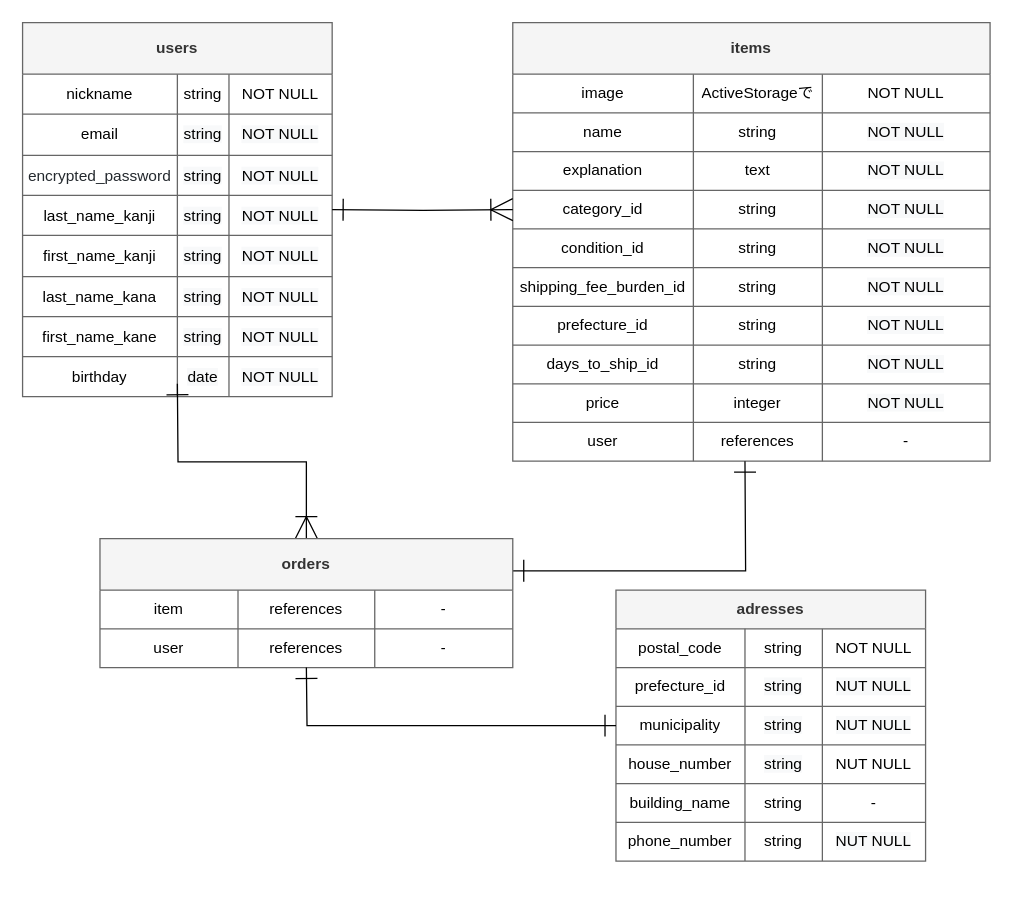
Before: er.dio in kkgoodjob/furima-32467, a draw.io diagram. Source tidied: cells renumbered, new cells numbered last; positions are measured from the earlier drawing's top-left corner, leaving out a move shared by most shapes. Both pictures are drawn from the tidied source at 129%, with x=0, y=0 at pixel (22, 22).
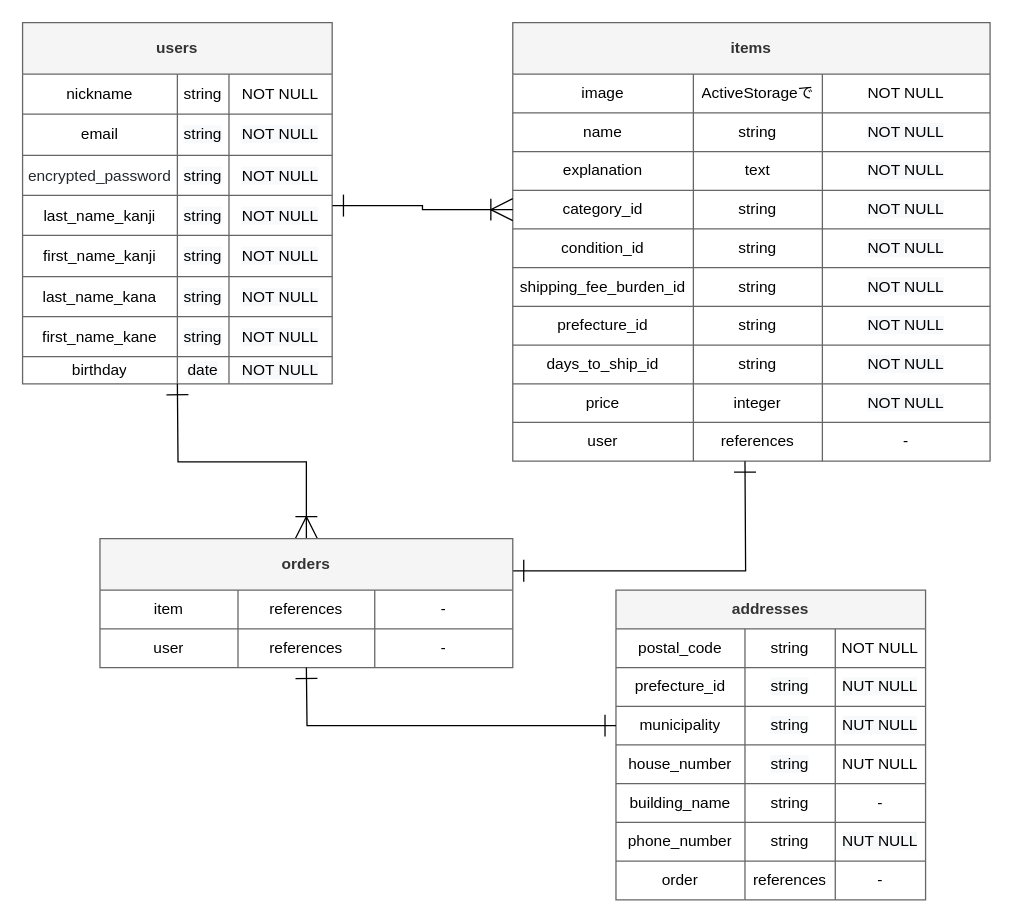
The same diagram, later.

The change refers to these unchanged cells:
```xml
<mxCell id="15" style="shape=partialRectangle;html=1;whiteSpace=wrap;fillColor=none;top=0;left=0;bottom=0;right=0;points=[[0,0.5],[1,0.5]];portConstraint=eastwest;" parent="2" vertex="1">
  <mxGeometry y="134" width="240" height="31" as="geometry" />
</mxCell>
<mxCell id="48" style="shape=partialRectangle;html=1;whiteSpace=wrap;fillColor=none;top=0;left=0;bottom=0;right=0;points=[[0,0.5],[1,0.5]];portConstraint=eastwest;" parent="35" vertex="1">
  <mxGeometry y="130" width="370" height="30" as="geometry" />
</mxCell>
<mxCell id="88" style="shape=partialRectangle;html=1;whiteSpace=wrap;fillColor=none;top=0;left=0;bottom=0;right=0;" parent="87" vertex="1">
  <mxGeometry y="30" width="240" height="30" as="geometry" />
</mxCell>
<mxCell id="92" style="shape=partialRectangle;html=1;whiteSpace=wrap;fillColor=none;top=0;left=0;bottom=0;right=0;" parent="87" vertex="1">
  <mxGeometry y="60" width="240" height="30" as="geometry" />
</mxCell>
<mxCell id="96" style="shape=partialRectangle;html=1;whiteSpace=wrap;fillColor=none;top=0;left=0;bottom=0;right=0;points=[[0,0.5],[1,0.5]];portConstraint=eastwest;" parent="87" vertex="1">
  <mxGeometry y="90" width="240" height="30" as="geometry" />
</mxCell>
<mxCell id="100" style="shape=partialRectangle;html=1;whiteSpace=wrap;fillColor=none;top=0;left=0;bottom=0;right=0;" parent="87" vertex="1">
  <mxGeometry y="120" width="240" height="30" as="geometry" />
</mxCell>
<mxCell id="104" style="shape=partialRectangle;html=1;whiteSpace=wrap;fillColor=none;top=0;left=0;bottom=0;right=0;" parent="87" vertex="1">
  <mxGeometry y="150" width="240" height="30" as="geometry" />
</mxCell>
<mxCell id="108" style="shape=partialRectangle;html=1;whiteSpace=wrap;fillColor=none;top=0;left=0;bottom=0;right=0;" parent="87" vertex="1">
  <mxGeometry y="180" width="240" height="30" as="geometry" />
</mxCell>
```

What changed in the source:
```diff
@@
     <mxCell id="2" value="users" style="shape=table;html=1;whiteSpace=wrap;startSize=40;childLayout=tableLayout;fontStyle=1;align=center;fillColor=#f5f5f5;strokeColor=#666666;fontColor=#333333;swimlaneFillColor=none;direction=east;" parent="1" vertex="1">
-      <mxGeometry width="240" height="290" as="geometry" />
+      <mxGeometry width="240" height="280" as="geometry" />
     </mxCell>
@@
     <mxCell id="31" style="shape=partialRectangle;html=1;whiteSpace=wrap;fillColor=none;top=0;left=0;bottom=0;right=0;" parent="2" vertex="1">
-      <mxGeometry y="259" width="240" height="31" as="geometry" />
+      <mxGeometry y="259" width="240" height="21" as="geometry" />
     </mxCell>
     <mxCell id="32" value="birthday" style="shape=partialRectangle;html=1;whiteSpace=wrap;fillColor=none;top=0;left=0;bottom=0;right=0;overflow=hidden;" parent="31" vertex="1">
-      <mxGeometry width="120" height="31" as="geometry" />
+      <mxGeometry width="120" height="21" as="geometry" />
     </mxCell>
     <mxCell id="33" value="&lt;span style=&quot;color: rgb(0 , 0 , 0) ; font-family: &amp;#34;helvetica&amp;#34; ; font-size: 12px ; font-style: normal ; font-weight: 400 ; letter-spacing: normal ; text-align: center ; text-indent: 0px ; text-transform: none ; word-spacing: 0px ; background-color: rgb(248 , 249 , 250) ; display: inline ; float: none&quot;&gt;date&lt;/span&gt;" style="shape=partialRectangle;html=1;whiteSpace=wrap;fillColor=none;top=0;left=0;bottom=0;right=0;overflow=hidden;" parent="31" vertex="1">
-      <mxGeometry x="120" width="40" height="31" as="geometry" />
+      <mxGeometry x="120" width="40" height="21" as="geometry" />
     </mxCell>
     <mxCell id="34" value="&lt;span style=&quot;color: rgb(0, 0, 0); font-family: helvetica; font-size: 12px; font-style: normal; font-weight: 400; letter-spacing: normal; text-align: center; text-indent: 0px; text-transform: none; word-spacing: 0px; background-color: rgb(248, 249, 250); display: inline; float: none;&quot;&gt;NOT NULL&lt;/span&gt;" style="shape=partialRectangle;html=1;whiteSpace=wrap;fillColor=none;top=0;left=0;bottom=0;right=0;overflow=hidden;" parent="31" vertex="1">
-      <mxGeometry x="160" width="80" height="31" as="geometry" />
+      <mxGeometry x="160" width="80" height="21" as="geometry" />
     </mxCell>
@@
-    <mxCell id="87" value="adresses" style="shape=table;html=1;whiteSpace=wrap;startSize=30;childLayout=tableLayout;fontStyle=1;align=center;fillColor=#f5f5f5;strokeColor=#666666;fontColor=#333333;" parent="1" vertex="1">
-      <mxGeometry x="460" y="440" width="240" height="210" as="geometry" />
+    <mxCell id="87" value="addresses" style="shape=table;html=1;whiteSpace=wrap;startSize=30;childLayout=tableLayout;fontStyle=1;align=center;fillColor=#f5f5f5;strokeColor=#666666;fontColor=#333333;" parent="1" vertex="1">
+      <mxGeometry x="460" y="440" width="240" height="240" as="geometry" />
     </mxCell>
@@
     <mxCell id="90" value="string" style="shape=partialRectangle;html=1;whiteSpace=wrap;fillColor=none;top=0;left=0;bottom=0;right=0;overflow=hidden;" parent="88" vertex="1">
-      <mxGeometry x="100" width="60" height="30" as="geometry" />
+      <mxGeometry x="100" width="70" height="30" as="geometry" />
     </mxCell>
     <mxCell id="91" value="NOT NULL" style="shape=partialRectangle;html=1;whiteSpace=wrap;fillColor=none;top=0;left=0;bottom=0;right=0;overflow=hidden;" parent="88" vertex="1">
-      <mxGeometry x="160" width="80" height="30" as="geometry" />
+      <mxGeometry x="170" width="70" height="30" as="geometry" />
     </mxCell>
@@
     <mxCell id="94" value="&lt;span style=&quot;color: rgb(0, 0, 0); font-family: helvetica; font-size: 12px; font-style: normal; font-weight: 400; letter-spacing: normal; text-align: center; text-indent: 0px; text-transform: none; word-spacing: 0px; background-color: rgb(248, 249, 250); display: inline; float: none;&quot;&gt;string&lt;/span&gt;" style="shape=partialRectangle;html=1;whiteSpace=wrap;fillColor=none;top=0;left=0;bottom=0;right=0;overflow=hidden;" parent="92" vertex="1">
-      <mxGeometry x="100" width="60" height="30" as="geometry" />
+      <mxGeometry x="100" width="70" height="30" as="geometry" />
     </mxCell>
     <mxCell id="95" value="&lt;span style=&quot;color: rgb(0, 0, 0); font-family: helvetica; font-size: 12px; font-style: normal; font-weight: 400; letter-spacing: normal; text-align: center; text-indent: 0px; text-transform: none; word-spacing: 0px; background-color: rgb(248, 249, 250); display: inline; float: none;&quot;&gt;NUT NULL&lt;/span&gt;" style="shape=partialRectangle;html=1;whiteSpace=wrap;fillColor=none;top=0;left=0;bottom=0;right=0;overflow=hidden;" parent="92" vertex="1">
-      <mxGeometry x="160" width="80" height="30" as="geometry" />
+      <mxGeometry x="170" width="70" height="30" as="geometry" />
     </mxCell>
@@
     <mxCell id="98" value="&lt;span style=&quot;color: rgb(0, 0, 0); font-family: helvetica; font-size: 12px; font-style: normal; font-weight: 400; letter-spacing: normal; text-align: center; text-indent: 0px; text-transform: none; word-spacing: 0px; background-color: rgb(248, 249, 250); display: inline; float: none;&quot;&gt;string&lt;/span&gt;" style="shape=partialRectangle;html=1;whiteSpace=wrap;fillColor=none;top=0;left=0;bottom=0;right=0;overflow=hidden;" parent="96" vertex="1">
-      <mxGeometry x="100" width="60" height="30" as="geometry" />
+      <mxGeometry x="100" width="70" height="30" as="geometry" />
     </mxCell>
     <mxCell id="99" value="&lt;span style=&quot;color: rgb(0, 0, 0); font-family: helvetica; font-size: 12px; font-style: normal; font-weight: 400; letter-spacing: normal; text-align: center; text-indent: 0px; text-transform: none; word-spacing: 0px; background-color: rgb(248, 249, 250); display: inline; float: none;&quot;&gt;NUT NULL&lt;/span&gt;" style="shape=partialRectangle;html=1;whiteSpace=wrap;fillColor=none;top=0;left=0;bottom=0;right=0;overflow=hidden;" parent="96" vertex="1">
-      <mxGeometry x="160" width="80" height="30" as="geometry" />
+      <mxGeometry x="170" width="70" height="30" as="geometry" />
     </mxCell>
@@
     <mxCell id="102" value="&lt;span style=&quot;color: rgb(0, 0, 0); font-family: helvetica; font-size: 12px; font-style: normal; font-weight: 400; letter-spacing: normal; text-align: center; text-indent: 0px; text-transform: none; word-spacing: 0px; background-color: rgb(248, 249, 250); display: inline; float: none;&quot;&gt;string&lt;/span&gt;" style="shape=partialRectangle;html=1;whiteSpace=wrap;fillColor=none;top=0;left=0;bottom=0;right=0;overflow=hidden;fontStyle=1;" parent="100" vertex="1">
-      <mxGeometry x="100" width="60" height="30" as="geometry" />
+      <mxGeometry x="100" width="70" height="30" as="geometry" />
     </mxCell>
     <mxCell id="103" value="NUT NULL" style="shape=partialRectangle;html=1;whiteSpace=wrap;fillColor=none;top=0;left=0;bottom=0;right=0;overflow=hidden;" parent="100" vertex="1">
-      <mxGeometry x="160" width="80" height="30" as="geometry" />
+      <mxGeometry x="170" width="70" height="30" as="geometry" />
     </mxCell>
@@
     <mxCell id="106" value="string" style="shape=partialRectangle;html=1;whiteSpace=wrap;fillColor=none;top=0;left=0;bottom=0;right=0;overflow=hidden;fontStyle=0;" parent="104" vertex="1">
-      <mxGeometry x="100" width="60" height="30" as="geometry" />
+      <mxGeometry x="100" width="70" height="30" as="geometry" />
     </mxCell>
     <mxCell id="107" value="-" style="shape=partialRectangle;html=1;whiteSpace=wrap;fillColor=none;top=0;left=0;bottom=0;right=0;overflow=hidden;" parent="104" vertex="1">
-      <mxGeometry x="160" width="80" height="30" as="geometry" />
+      <mxGeometry x="170" width="70" height="30" as="geometry" />
     </mxCell>
@@
     <mxCell id="110" value="string" style="shape=partialRectangle;html=1;whiteSpace=wrap;fillColor=none;top=0;left=0;bottom=0;right=0;overflow=hidden;fontStyle=0;" parent="108" vertex="1">
-      <mxGeometry x="100" width="60" height="30" as="geometry" />
+      <mxGeometry x="100" width="70" height="30" as="geometry" />
     </mxCell>
     <mxCell id="111" value="&lt;span style=&quot;color: rgb(0, 0, 0); font-family: helvetica; font-size: 12px; font-style: normal; font-weight: 400; letter-spacing: normal; text-align: center; text-indent: 0px; text-transform: none; word-spacing: 0px; background-color: rgb(248, 249, 250); display: inline; float: none;&quot;&gt;NUT NULL&lt;/span&gt;" style="shape=partialRectangle;html=1;whiteSpace=wrap;fillColor=none;top=0;left=0;bottom=0;right=0;overflow=hidden;" parent="108" vertex="1">
-      <mxGeometry x="160" width="80" height="30" as="geometry" />
+      <mxGeometry x="170" width="70" height="30" as="geometry" />
     </mxCell>
+    <mxCell id="114" style="shape=partialRectangle;html=1;whiteSpace=wrap;fillColor=none;top=0;left=0;bottom=0;right=0;" parent="87" vertex="1">
+      <mxGeometry y="210" width="240" height="30" as="geometry" />
+    </mxCell>
+    <mxCell id="115" value="order" style="shape=partialRectangle;html=1;whiteSpace=wrap;fillColor=none;top=0;left=0;bottom=0;right=0;overflow=hidden;" parent="114" vertex="1">
+      <mxGeometry width="100" height="30" as="geometry" />
+    </mxCell>
+    <mxCell id="116" value="references" style="shape=partialRectangle;html=1;whiteSpace=wrap;fillColor=none;top=0;left=0;bottom=0;right=0;overflow=hidden;fontStyle=0;" parent="114" vertex="1">
+      <mxGeometry x="100" width="70" height="30" as="geometry" />
+    </mxCell>
+    <mxCell id="117" value="-" style="shape=partialRectangle;html=1;whiteSpace=wrap;fillColor=none;top=0;left=0;bottom=0;right=0;overflow=hidden;" parent="114" vertex="1">
+      <mxGeometry x="170" width="70" height="30" as="geometry" />
+    </mxCell>
-    <mxCell id="112" style="edgeStyle=orthogonalEdgeStyle;rounded=0;jettySize=auto;html=1;entryX=0;entryY=0.5;entryDx=0;entryDy=0;startArrow=ERone;startFill=0;sourcePerimeterSpacing=0;endSize=15;startSize=15;endArrow=ERoneToMany;endFill=0;" parent="1" edge="1" target="48">
-      <mxGeometry relative="1" as="geometry">
-        <mxPoint x="240" y="145" as="sourcePoint" />
-      </mxGeometry>
+    <mxCell id="112" style="edgeStyle=orthogonalEdgeStyle;rounded=0;jettySize=auto;html=1;exitX=1.001;exitY=0.254;exitDx=0;exitDy=0;entryX=0;entryY=0.5;entryDx=0;entryDy=0;startArrow=ERone;startFill=0;sourcePerimeterSpacing=0;endSize=15;startSize=15;endArrow=ERoneToMany;endFill=0;exitPerimeter=0;" parent="1" edge="1" source="15" target="48">
+      <mxGeometry relative="1" as="geometry" />
     </mxCell>
```
